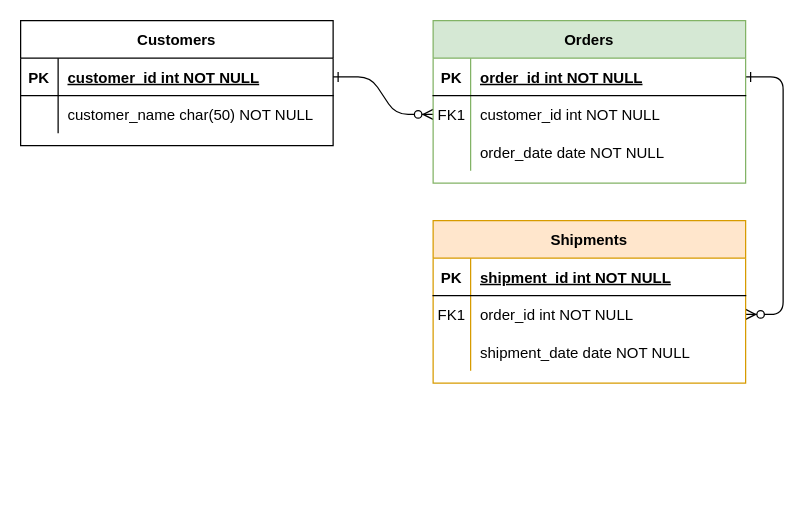
VirtualGallery/Entity-Relationship-Model keeps this draw.io diagram as Untitled Diagram.drawio. Above is the earlier version. Source tidied: cells renumbered, new cells numbered last; positions are measured from the earlier drawing's top-left corner, leaving out a move shared by most shapes. Both pictures are drawn from the tidied source at 125%, with x=0, y=0 at pixel (20, 20).
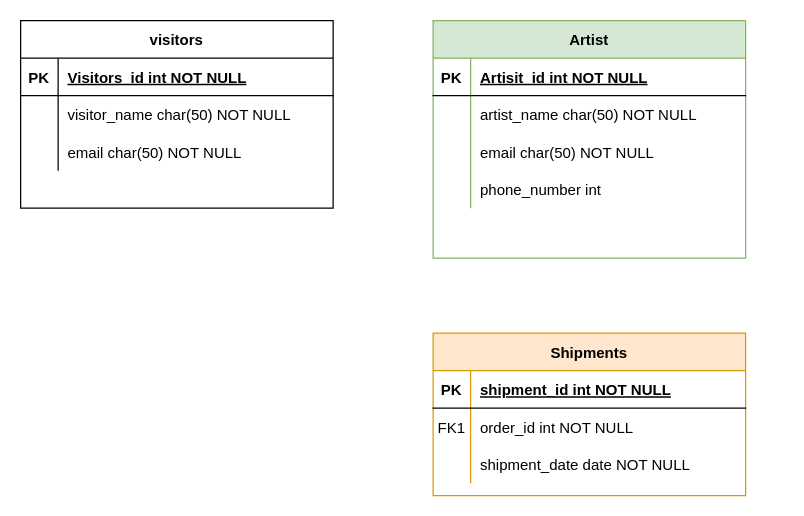
The same diagram, later.

Unchanged cells that the change refers to:
```xml
<mxCell id="5" style="shape=partialRectangle;fillColor=none;points=[[0,0.5],[1,0.5]];portConstraint=eastwest;top=0;left=0;right=0;bottom=1;" parent="4" vertex="1">
  <mxGeometry y="30" width="250" height="30" as="geometry" />
</mxCell>
<mxCell id="8" style="shape=partialRectangle;fillColor=none;points=[[0,0.5],[1,0.5]];portConstraint=eastwest;top=0;left=0;right=0;bottom=0;" parent="4" vertex="1">
  <mxGeometry y="60" width="250" height="30" as="geometry" />
</mxCell>
<mxCell id="11" style="shape=partialRectangle;fillColor=none;top=0;left=0;right=0;bottom=0;" parent="4" vertex="1">
  <mxGeometry y="90" width="250" height="30" as="geometry" />
</mxCell>
<mxCell id="18" style="shape=partialRectangle;fillColor=none;points=[[0,0.5],[1,0.5]];portConstraint=eastwest;top=0;left=0;right=0;bottom=0;" parent="14" vertex="1">
  <mxGeometry y="60" width="250" height="30" as="geometry" />
</mxCell>
```

Diff of the diagram source:
```diff
@@
-    <mxCell id="2" style="edgeStyle=entityRelationEdgeStyle;endArrow=ERzeroToMany;startArrow=ERone;endFill=1;startFill=0;" parent="1" edge="1" source="25" target="8">
-      <mxGeometry relative="1" as="geometry" />
-    </mxCell>
-    <mxCell id="3" style="edgeStyle=entityRelationEdgeStyle;endArrow=ERzeroToMany;startArrow=ERone;endFill=1;startFill=0;" parent="1" edge="1" source="5" target="18">
-      <mxGeometry relative="1" as="geometry" />
-    </mxCell>
-    <mxCell id="4" value="Orders" style="shape=table;startSize=30;childLayout=tableLayout;rowLines=0;fontStyle=1;align=center;fillColor=#d5e8d4;strokeColor=#82b366;" parent="1" vertex="1">
-      <mxGeometry x="330" width="250" height="130" as="geometry" />
+    <mxCell id="4" value="Artist" style="shape=table;startSize=30;childLayout=tableLayout;rowLines=0;fontStyle=1;align=center;fillColor=#d5e8d4;strokeColor=#82b366;" parent="1" vertex="1">
+      <mxGeometry x="330" width="250" height="190" as="geometry" />
     </mxCell>
@@
-    <mxCell id="7" value="order_id int NOT NULL " style="shape=partialRectangle;overflow=hidden;fillColor=none;top=0;left=0;bottom=0;right=0;align=left;spacingLeft=6;fontStyle=5;" parent="5" vertex="1">
+    <mxCell id="7" value="Artisit_id int NOT NULL " style="shape=partialRectangle;overflow=hidden;fillColor=none;top=0;left=0;bottom=0;right=0;align=left;spacingLeft=6;fontStyle=5;" parent="5" vertex="1">
       <mxGeometry x="30" width="220" height="30" as="geometry" />
     </mxCell>
@@
-    <mxCell id="9" value="FK1" style="shape=partialRectangle;overflow=hidden;fillColor=none;top=0;left=0;bottom=0;right=0;" parent="8" vertex="1">
+    <mxCell id="9" style="shape=partialRectangle;overflow=hidden;fillColor=none;top=0;left=0;bottom=0;right=0;" parent="8" vertex="1">
       <mxGeometry width="30" height="30" as="geometry" />
     </mxCell>
-    <mxCell id="10" value="customer_id int NOT NULL" style="shape=partialRectangle;overflow=hidden;fillColor=none;top=0;left=0;bottom=0;right=0;align=left;spacingLeft=6;" parent="8" vertex="1">
+    <mxCell id="10" value="artist_name char(50) NOT NULL" style="shape=partialRectangle;overflow=hidden;fillColor=none;top=0;left=0;bottom=0;right=0;align=left;spacingLeft=6;" parent="8" vertex="1">
       <mxGeometry x="30" width="220" height="30" as="geometry" />
     </mxCell>
@@
-    <mxCell id="13" value="order_date date NOT NULL" style="shape=partialRectangle;overflow=hidden;fillColor=none;top=0;left=0;bottom=0;right=0;align=left;spacingLeft=6;" parent="11" vertex="1">
+    <mxCell id="13" value="email char(50) NOT NULL" style="shape=partialRectangle;overflow=hidden;fillColor=none;top=0;left=0;bottom=0;right=0;align=left;spacingLeft=6;" parent="11" vertex="1">
       <mxGeometry x="30" width="220" height="30" as="geometry" />
     </mxCell>
+    <mxCell id="31" style="shape=partialRectangle;fillColor=none;top=0;left=0;right=0;bottom=0;" parent="4" vertex="1">
+      <mxGeometry y="120" width="250" height="30" as="geometry" />
+    </mxCell>
+    <mxCell id="32" style="shape=partialRectangle;overflow=hidden;fillColor=none;top=0;left=0;bottom=0;right=0;" parent="31" vertex="1">
+      <mxGeometry width="30" height="30" as="geometry" />
+    </mxCell>
+    <mxCell id="33" value="phone_number int" style="shape=partialRectangle;overflow=hidden;fillColor=none;top=0;left=0;bottom=0;right=0;align=left;spacingLeft=6;" parent="31" vertex="1">
+      <mxGeometry x="30" width="220" height="30" as="geometry" />
+    </mxCell>
+    <mxCell id="24" value="visitors" style="shape=table;startSize=30;childLayout=tableLayout;rowLines=0;fontStyle=1;align=center;" parent="1" vertex="1">
+      <mxGeometry width="250" height="150" as="geometry" />
+    </mxCell>
+    <mxCell id="25" style="shape=partialRectangle;fillColor=none;points=[[0,0.5],[1,0.5]];portConstraint=eastwest;top=0;left=0;right=0;bottom=1;" parent="24" vertex="1">
+      <mxGeometry y="30" width="250" height="30" as="geometry" />
+    </mxCell>
+    <mxCell id="26" value="PK" style="shape=partialRectangle;overflow=hidden;fillColor=none;top=0;left=0;bottom=0;right=0;fontStyle=1;" parent="25" vertex="1">
+      <mxGeometry width="30" height="30" as="geometry" />
+    </mxCell>
+    <mxCell id="27" value="Visitors_id int NOT NULL " style="shape=partialRectangle;overflow=hidden;fillColor=none;top=0;left=0;bottom=0;right=0;align=left;spacingLeft=6;fontStyle=5;" parent="25" vertex="1">
+      <mxGeometry x="30" width="220" height="30" as="geometry" />
+    </mxCell>
+    <mxCell id="28" style="shape=partialRectangle;fillColor=none;top=0;left=0;right=0;bottom=0;" parent="24" vertex="1">
+      <mxGeometry y="60" width="250" height="30" as="geometry" />
+    </mxCell>
+    <mxCell id="29" style="shape=partialRectangle;overflow=hidden;fillColor=none;top=0;left=0;bottom=0;right=0;" parent="28" vertex="1">
+      <mxGeometry width="30" height="30" as="geometry" />
+    </mxCell>
+    <mxCell id="30" value="visitor_name char(50) NOT NULL" style="shape=partialRectangle;overflow=hidden;fillColor=none;top=0;left=0;bottom=0;right=0;align=left;spacingLeft=6;" parent="28" vertex="1">
+      <mxGeometry x="30" width="220" height="30" as="geometry" />
+    </mxCell>
+    <mxCell id="34" style="shape=partialRectangle;fillColor=none;top=0;left=0;right=0;bottom=0;" parent="24" vertex="1">
+      <mxGeometry y="90" width="250" height="30" as="geometry" />
+    </mxCell>
+    <mxCell id="35" style="shape=partialRectangle;overflow=hidden;fillColor=none;top=0;left=0;bottom=0;right=0;" parent="34" vertex="1">
+      <mxGeometry width="30" height="30" as="geometry" />
+    </mxCell>
+    <mxCell id="36" value="email char(50) NOT NULL" style="shape=partialRectangle;overflow=hidden;fillColor=none;top=0;left=0;bottom=0;right=0;align=left;spacingLeft=6;" parent="34" vertex="1">
+      <mxGeometry x="30" width="220" height="30" as="geometry" />
+    </mxCell>
     <mxCell id="14" value="Shipments" style="shape=table;startSize=30;childLayout=tableLayout;rowLines=0;fontStyle=1;align=center;fillColor=#ffe6cc;strokeColor=#d79b00;" parent="1" vertex="1">
-      <mxGeometry x="330" y="160" width="250" height="130" as="geometry" />
+      <mxGeometry x="330" y="250" width="250" height="130" as="geometry" />
     </mxCell>
@@
-    <mxCell id="24" value="Customers" style="shape=table;startSize=30;childLayout=tableLayout;rowLines=0;fontStyle=1;align=center;" parent="1" vertex="1">
-      <mxGeometry width="250" height="100" as="geometry" />
-    </mxCell>
-    <mxCell id="25" style="shape=partialRectangle;fillColor=none;points=[[0,0.5],[1,0.5]];portConstraint=eastwest;top=0;left=0;right=0;bottom=1;" parent="24" vertex="1">
-      <mxGeometry y="30" width="250" height="30" as="geometry" />
-    </mxCell>
-    <mxCell id="26" value="PK" style="shape=partialRectangle;overflow=hidden;fillColor=none;top=0;left=0;bottom=0;right=0;fontStyle=1;" parent="25" vertex="1">
-      <mxGeometry width="30" height="30" as="geometry" />
-    </mxCell>
-    <mxCell id="27" value="customer_id int NOT NULL " style="shape=partialRectangle;overflow=hidden;fillColor=none;top=0;left=0;bottom=0;right=0;align=left;spacingLeft=6;fontStyle=5;" parent="25" vertex="1">
-      <mxGeometry x="30" width="220" height="30" as="geometry" />
-    </mxCell>
-    <mxCell id="28" style="shape=partialRectangle;fillColor=none;top=0;left=0;right=0;bottom=0;" parent="24" vertex="1">
-      <mxGeometry y="60" width="250" height="30" as="geometry" />
-    </mxCell>
-    <mxCell id="29" style="shape=partialRectangle;overflow=hidden;fillColor=none;top=0;left=0;bottom=0;right=0;" parent="28" vertex="1">
-      <mxGeometry width="30" height="30" as="geometry" />
-    </mxCell>
-    <mxCell id="30" value="customer_name char(50) NOT NULL" style="shape=partialRectangle;overflow=hidden;fillColor=none;top=0;left=0;bottom=0;right=0;align=left;spacingLeft=6;" parent="28" vertex="1">
-      <mxGeometry x="30" width="220" height="30" as="geometry" />
-    </mxCell>
```
